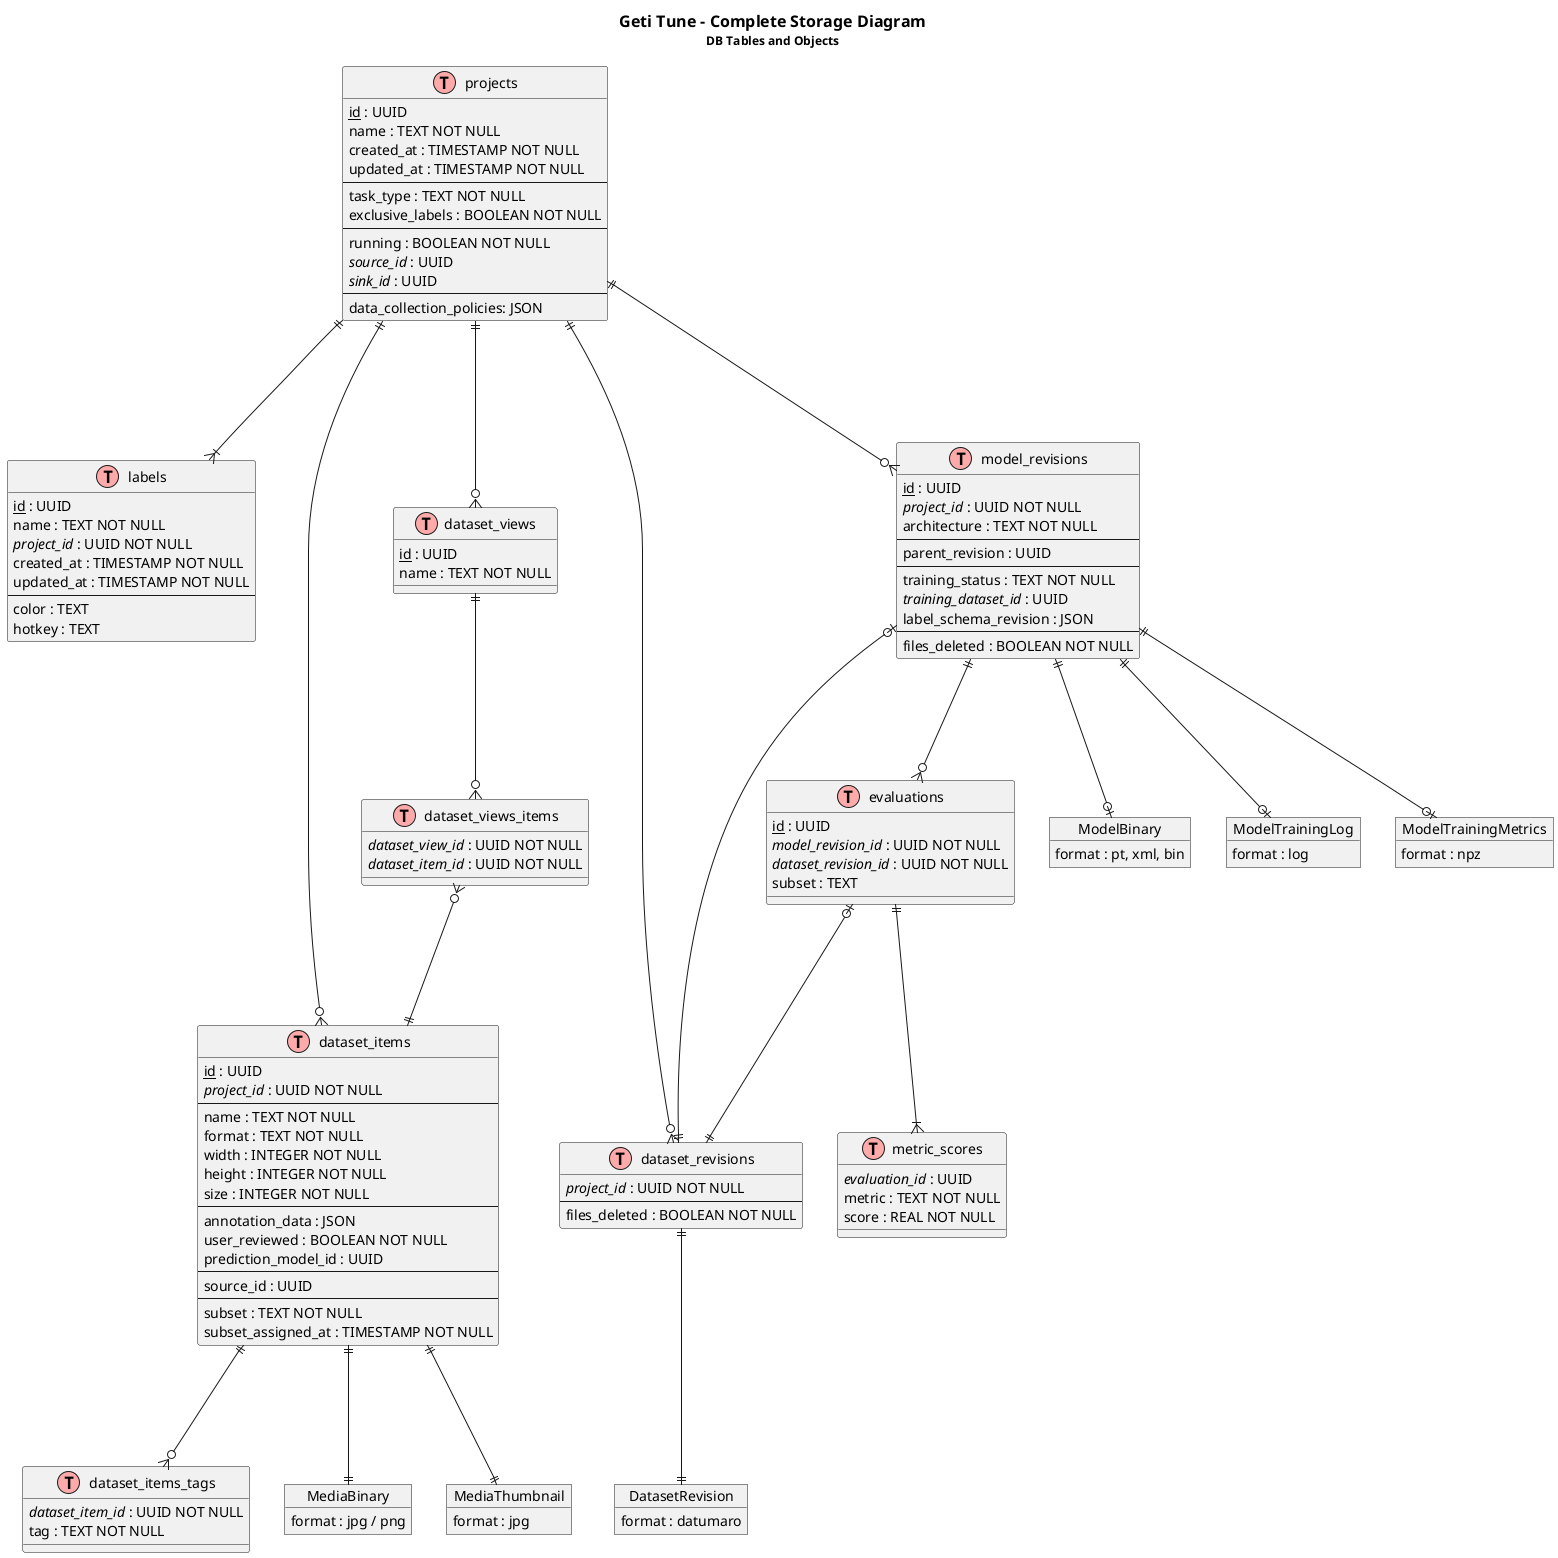
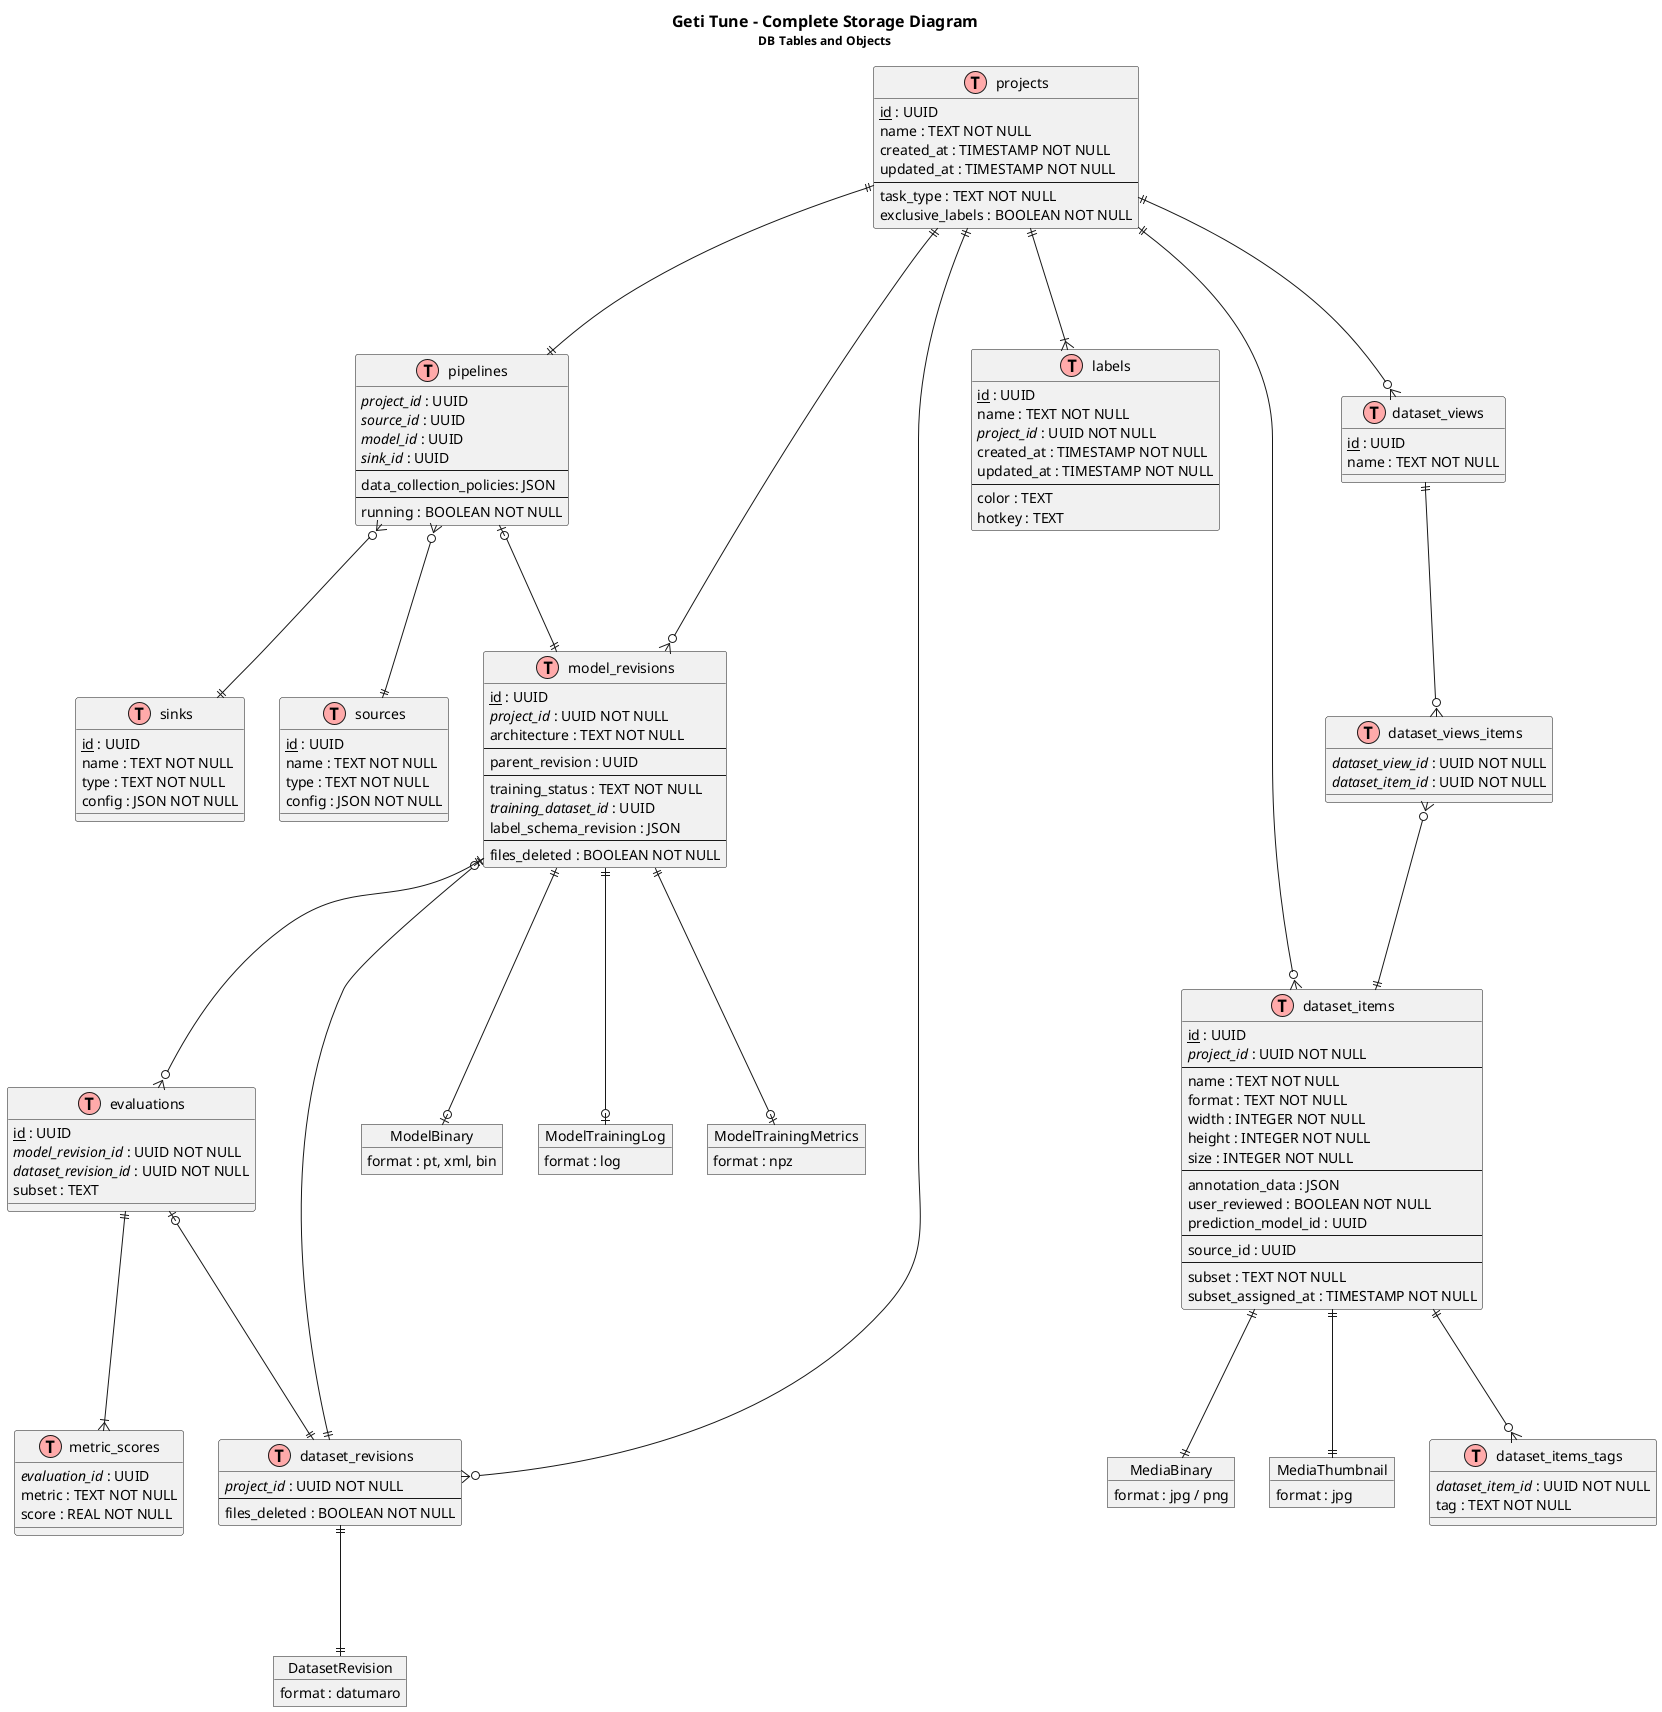
@startuml "Complete-Storage-schema"
!define table(x) class x << (T,#FFAAAA) >>
!define pk(x) <u>x</u>
!define fk(x) <i>x</i>

title
<size:16><b>Geti Tune - Complete Storage Diagram</b></size>
<size:12>DB Tables and Objects</size>
end title

'Tables

+ table(sources) {
+   pk(id) : UUID
+   name : TEXT NOT NULL
+   type : TEXT NOT NULL
+   config : JSON NOT NULL
+ }
+ 
+ table(sinks) {
+   pk(id) : UUID
+   name : TEXT NOT NULL
+   type : TEXT NOT NULL
+   config : JSON NOT NULL
+ }
+ 
table(projects) {
  pk(id) : UUID
  name : TEXT NOT NULL
  created_at : TIMESTAMP NOT NULL
  updated_at : TIMESTAMP NOT NULL
  --
  'Task-related details
  task_type : TEXT NOT NULL
  exclusive_labels : BOOLEAN NOT NULL
-   --
-   'Pipeline-related details
-   running : BOOLEAN NOT NULL
+ }
+ 
+ table(pipelines) {
+   fk(project_id) : UUID
  fk(source_id) : UUID
+   fk(model_id) : UUID
  fk(sink_id) : UUID
  --
-   'Data-collection policies'
+   ' Data collection policies
  data_collection_policies: JSON
+   --
+   ' Status
+   running : BOOLEAN NOT NULL
}

table(labels) {
  pk(id) : UUID
  name : TEXT NOT NULL
  fk(project_id) : UUID NOT NULL
  created_at : TIMESTAMP NOT NULL
  updated_at : TIMESTAMP NOT NULL
  ---
  'UI/UX properties
  color : TEXT
  hotkey : TEXT
}

table(dataset_items) {
  pk(id) : UUID
  fk(project_id) : UUID NOT NULL
  --
  'Media-related details
  name : TEXT NOT NULL
  format : TEXT NOT NULL
  width : INTEGER NOT NULL
  height : INTEGER NOT NULL
  size : INTEGER NOT NULL
  --
  'Annotation details
  annotation_data : JSON
  user_reviewed : BOOLEAN NOT NULL
  prediction_model_id : UUID
  --
  ' Source details
  source_id : UUID
  --
  'ML details
  subset : TEXT NOT NULL
  subset_assigned_at : TIMESTAMP NOT NULL
}

table(dataset_items_tags) {
  fk(dataset_item_id) : UUID NOT NULL
  tag : TEXT NOT NULL
}

table(dataset_views) {
  pk(id) : UUID
  name : TEXT NOT NULL
}

table(dataset_views_items) {
  fk(dataset_view_id) : UUID NOT NULL
  fk(dataset_item_id) : UUID NOT NULL
}

table(dataset_revisions) {
  fk(project_id) : UUID NOT NULL
  --
  ' Status of binary files
  files_deleted : BOOLEAN NOT NULL
}

table(model_revisions) {
  pk(id) : UUID
  fk(project_id) : UUID NOT NULL
  architecture : TEXT NOT NULL
  --
  ' Lineage details
  parent_revision : UUID
  --
  ' Training details
  training_status : TEXT NOT NULL
  fk(training_dataset_id) : UUID
  label_schema_revision : JSON
  --
  ' Status of binary files
  files_deleted : BOOLEAN NOT NULL
}

table(evaluations) {
  pk(id) : UUID
  fk(model_revision_id) : UUID NOT NULL
  fk(dataset_revision_id) : UUID NOT NULL
  subset : TEXT
}

table(metric_scores) {
  fk(evaluation_id) : UUID
  metric : TEXT NOT NULL
  score : REAL NOT NULL
}

' Objects

object MediaBinary {
  format : jpg / png
}

object MediaThumbnail {
  format : jpg
}

object ModelBinary {
  format : pt, xml, bin
}

object DatasetRevision {
  format : datumaro
}

object ModelTrainingLog {
  format : log
}

object ModelTrainingMetrics {
  format : npz
}

' Relationships
projects ||---|{ labels
projects ||---o{ dataset_items
projects ||---o{ dataset_views
projects ||---o{ dataset_revisions
+ projects ||---|| pipelines
projects ||---o{ model_revisions
+ 
+ pipelines }o---|| sources
+ pipelines }o---|| sinks
+ pipelines |o---|| model_revisions

dataset_items ||---o{ dataset_items_tags
dataset_views ||---o{ dataset_views_items
dataset_views_items }o---|| dataset_items

model_revisions |o---|| dataset_revisions
model_revisions ||---o{ evaluations
evaluations ||---|{ metric_scores
evaluations |o---|| dataset_revisions

dataset_items ||---|| MediaBinary
dataset_items ||---|| MediaThumbnail
dataset_revisions ||---|| DatasetRevision
model_revisions ||---o| ModelBinary
model_revisions ||---o| ModelTrainingLog
model_revisions ||---o| ModelTrainingMetrics

@enduml